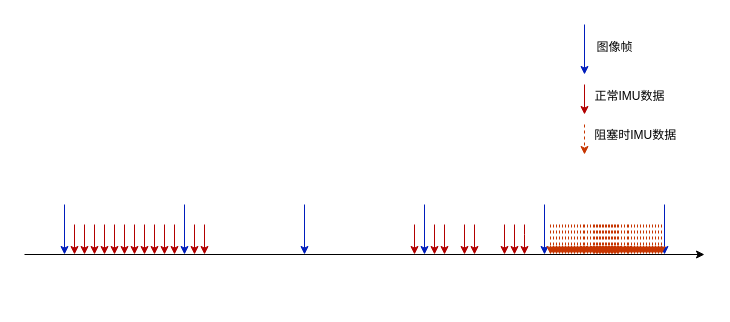
Earlier version of the draw.io diagram 未命名绘图.drawio (buyibo64/flowChart). Source tidied: cells renumbered, new cells numbered last; positions are measured from the earlier drawing's top-left corner, leaving out a move shared by most shapes. Both pictures are drawn from the tidied source at 100%, with x=0, y=0 at pixel (24, 24).
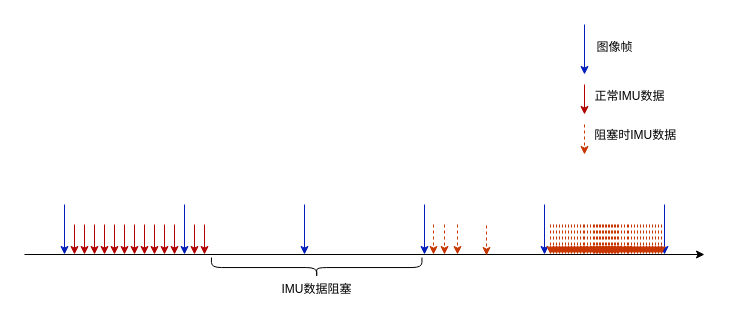
The same page after the edit.

Commit message:
更新未命名绘图.drawio

The edit, as a diff of the source:
```diff
@@
-    <mxCell id="76" style="endArrow=classic;html=1;rounded=0;fillColor=#e51400;strokeColor=#B20000;" parent="1" edge="1">
-      <mxGeometry relative="1" as="geometry">
-        <mxPoint x="390" y="200" as="sourcePoint" />
-        <mxPoint x="390" y="230" as="targetPoint" />
-      </mxGeometry>
-    </mxCell>
-    <mxCell id="77" style="endArrow=classic;html=1;rounded=0;fillColor=#e51400;strokeColor=#B20000;" parent="1" edge="1">
-      <mxGeometry relative="1" as="geometry">
-        <mxPoint x="410" y="200" as="sourcePoint" />
-        <mxPoint x="410" y="230" as="targetPoint" />
-      </mxGeometry>
-    </mxCell>
-    <mxCell id="78" style="endArrow=classic;html=1;rounded=0;fillColor=#e51400;strokeColor=#B20000;" parent="1" edge="1">
-      <mxGeometry relative="1" as="geometry">
-        <mxPoint x="420" y="200" as="sourcePoint" />
-        <mxPoint x="420" y="230" as="targetPoint" />
-      </mxGeometry>
-    </mxCell>
-    <mxCell id="79" style="endArrow=classic;html=1;rounded=0;fillColor=#e51400;strokeColor=#B20000;" parent="1" edge="1">
-      <mxGeometry relative="1" as="geometry">
-        <mxPoint x="440" y="200" as="sourcePoint" />
-        <mxPoint x="440" y="230" as="targetPoint" />
-      </mxGeometry>
-    </mxCell>
-    <mxCell id="80" style="endArrow=classic;html=1;rounded=0;fillColor=#e51400;strokeColor=#B20000;" parent="1" edge="1">
-      <mxGeometry relative="1" as="geometry">
-        <mxPoint x="450" y="200" as="sourcePoint" />
-        <mxPoint x="450" y="230" as="targetPoint" />
-      </mxGeometry>
-    </mxCell>
-    <mxCell id="81" style="endArrow=classic;html=1;rounded=0;fillColor=#e51400;strokeColor=#B20000;" parent="1" edge="1">
-      <mxGeometry relative="1" as="geometry">
-        <mxPoint x="480" y="200" as="sourcePoint" />
-        <mxPoint x="480" y="230" as="targetPoint" />
-      </mxGeometry>
-    </mxCell>
-    <mxCell id="82" style="endArrow=classic;html=1;rounded=0;fillColor=#e51400;strokeColor=#B20000;" parent="1" edge="1">
-      <mxGeometry relative="1" as="geometry">
-        <mxPoint x="490" y="200" as="sourcePoint" />
-        <mxPoint x="490" y="230" as="targetPoint" />
-      </mxGeometry>
-    </mxCell>
-    <mxCell id="83" style="endArrow=classic;html=1;rounded=0;fillColor=#e51400;strokeColor=#B20000;" parent="1" edge="1">
-      <mxGeometry relative="1" as="geometry">
-        <mxPoint x="500" y="200" as="sourcePoint" />
-        <mxPoint x="500" y="230" as="targetPoint" />
-        <Array as="points">
-          <mxPoint x="500" y="210" />
-        </Array>
-      </mxGeometry>
-    </mxCell>
+    <mxCell id="84" style="endArrow=classic;html=1;rounded=0;fillColor=#fa6800;strokeColor=#C73500;dashed=1;" parent="1" edge="1">
+      <mxGeometry relative="1" as="geometry">
+        <mxPoint x="409" y="200" as="sourcePoint" />
+        <mxPoint x="409" y="230" as="targetPoint" />
+      </mxGeometry>
+    </mxCell>
+    <mxCell id="85" style="endArrow=classic;html=1;rounded=0;fillColor=#fa6800;strokeColor=#C73500;dashed=1;" parent="1" edge="1">
+      <mxGeometry relative="1" as="geometry">
+        <mxPoint x="420" y="200" as="sourcePoint" />
+        <mxPoint x="420" y="230" as="targetPoint" />
+      </mxGeometry>
+    </mxCell>
+    <mxCell id="86" style="endArrow=classic;html=1;rounded=0;fillColor=#fa6800;strokeColor=#C73500;dashed=1;" parent="1" edge="1">
+      <mxGeometry relative="1" as="geometry">
+        <mxPoint x="433" y="200" as="sourcePoint" />
+        <mxPoint x="433" y="230" as="targetPoint" />
+      </mxGeometry>
+    </mxCell>
+    <mxCell id="87" style="endArrow=classic;html=1;rounded=0;fillColor=#fa6800;strokeColor=#C73500;dashed=1;" parent="1" edge="1">
+      <mxGeometry relative="1" as="geometry">
+        <mxPoint x="462" y="201" as="sourcePoint" />
+        <mxPoint x="462" y="231" as="targetPoint" />
+      </mxGeometry>
+    </mxCell>
+    <mxCell id="88" style="shape=curlyBracket;whiteSpace=wrap;html=1;rounded=1;labelPosition=left;verticalLabelPosition=middle;align=right;verticalAlign=middle;rotation=-90;fillColor=none;fontColor=#ffffff;strokeColor=#000000;" parent="1" vertex="1">
+      <mxGeometry x="282.2" y="137.8" width="20" height="210.5" as="geometry" />
+    </mxCell>
+    <mxCell id="89" value="IMU数据阻塞" style="text;html=1;align=center;verticalAlign=middle;strokeColor=none;fillColor=none;" parent="1" vertex="1">
+      <mxGeometry x="247.2" y="250" width="90" height="30" as="geometry" />
+    </mxCell>
```
